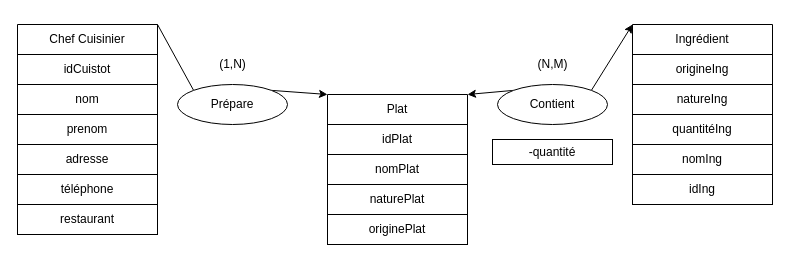
shadowforce78/UVSQ keeps this draw.io diagram as Drawio/Exo1bd.dio. Above is the earlier version. Source tidied: cells renumbered, new cells numbered last; positions are measured from the earlier drawing's top-left corner, leaving out a move shared by most shapes. Both pictures are drawn from the tidied source at 100%, with x=0, y=0 at pixel (17, 24).
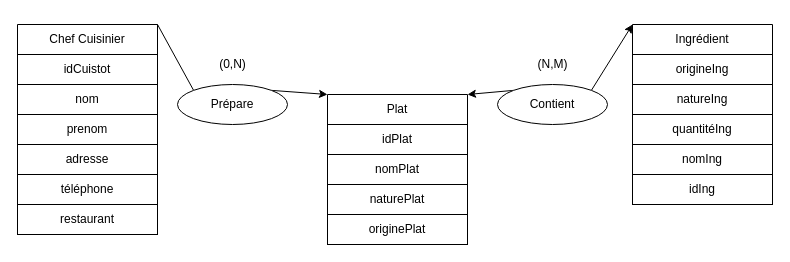
Above is the later version.

Commit message:
fix: update text value from (1,N) to (0,N) in Exo1bd.dio

What changed in the source:
```diff
@@
-    <mxCell id="26" value="(1,N)" style="text;html=1;align=center;verticalAlign=middle;strokeColor=none;fillColor=none;" parent="1" vertex="1">
+    <mxCell id="26" value="(0,N)" style="text;html=1;align=center;verticalAlign=middle;strokeColor=none;fillColor=none;" parent="1" vertex="1">
       <mxGeometry x="190" y="25" width="50" height="30" as="geometry" />
     </mxCell>
@@
-    <mxCell id="28" value="-quantité" style="rounded=0;whiteSpace=wrap;html=1;" parent="1" vertex="1">
-      <mxGeometry x="475" y="115" width="120" height="25" as="geometry" />
-    </mxCell>
```
